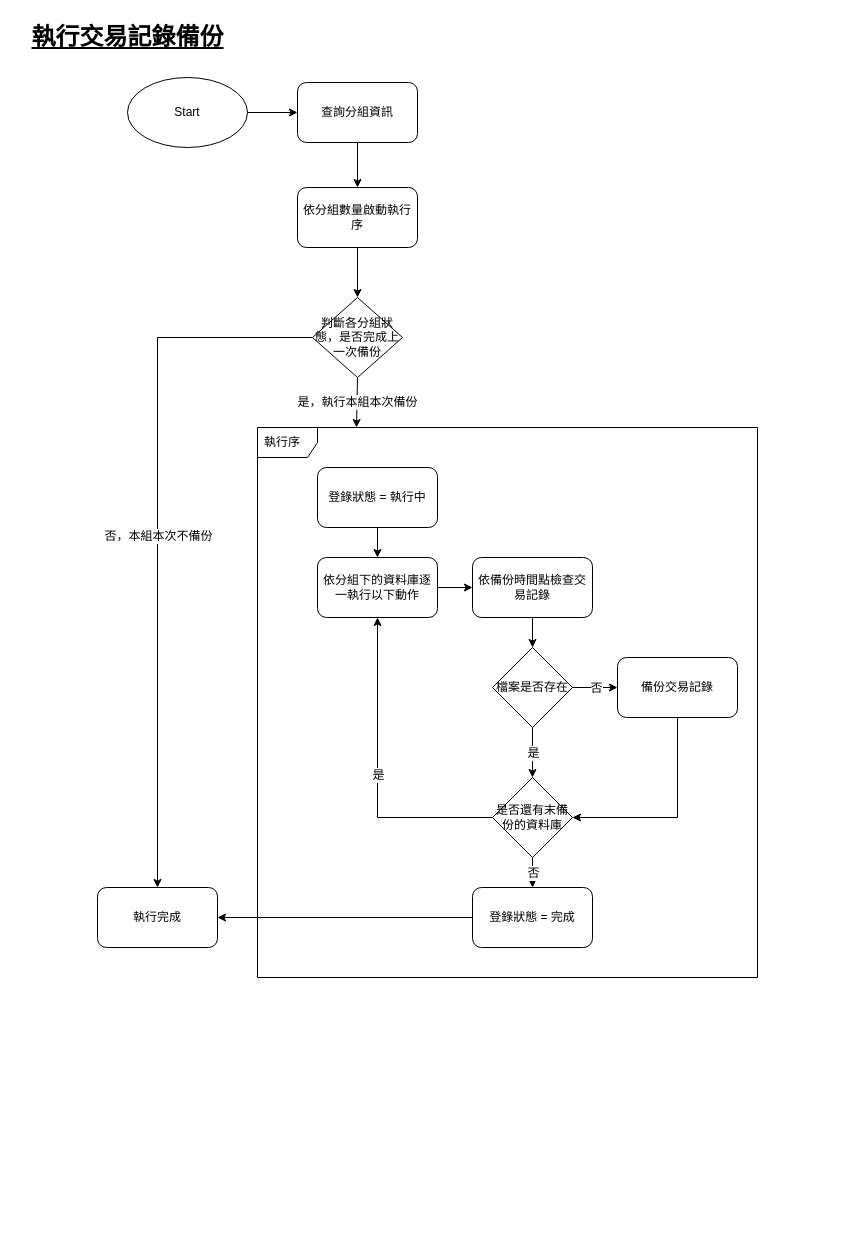
ArcareRD/sadocs keeps this draw.io diagram as page "交易記錄備份" (4 of 5) of asus/ASUSMaintainTool/DBBackup/SA/diagram/DB_backup.drawio. Above is the earlier version. Source tidied: cells renumbered, new cells numbered last; positions are measured from the earlier drawing's top-left corner, leaving out a move shared by most shapes. Both pictures are drawn from the tidied source at 100%, with x=0, y=0 at pixel (17, 17).
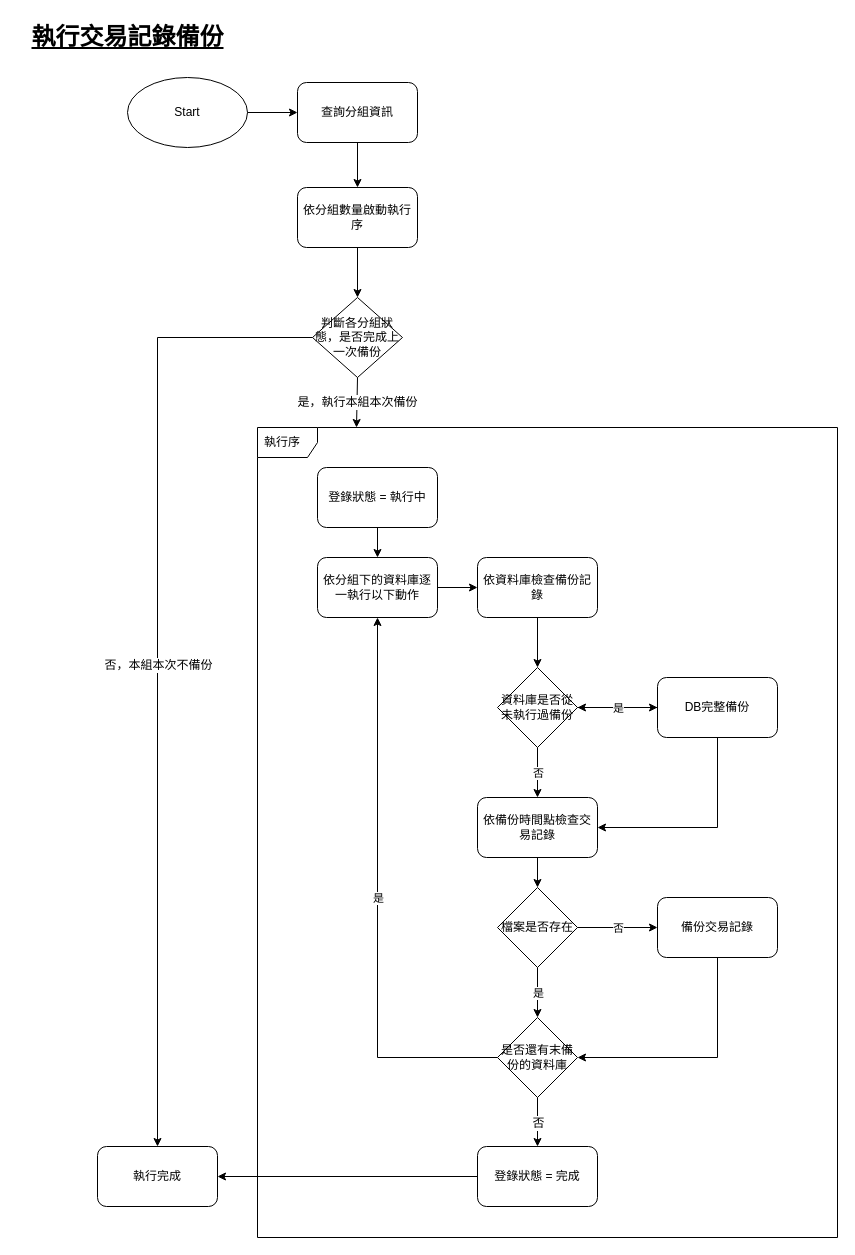
After the change.

Unchanged cells that the change refers to:
```xml
<mxCell id="8" value="依分組下的資料庫逐一執行以下動作" style="rounded=1;whiteSpace=wrap;html=1;strokeColor=#000000;strokeWidth=1;fontSize=12;" parent="1" vertex="1">
  <mxGeometry x="300" y="540" width="120" height="60" as="geometry" />
</mxCell>
```

The edit, as a diff of the source:
```diff
@@
     <mxCell id="9" value="執行序" style="shape=umlFrame;whiteSpace=wrap;html=1;width=60;height=30;boundedLbl=1;verticalAlign=middle;align=left;spacingLeft=5;strokeColor=#000000;strokeWidth=1;fontSize=12;" parent="1" vertex="1">
-      <mxGeometry x="240" y="410" width="500" height="550" as="geometry" />
+      <mxGeometry x="240" y="410" width="580" height="810" as="geometry" />
     </mxCell>
     <mxCell id="10" value="依備份時間點檢查交易記錄" style="rounded=1;whiteSpace=wrap;html=1;strokeColor=#000000;strokeWidth=1;fontSize=12;" parent="1" vertex="1">
-      <mxGeometry x="455" y="540" width="120" height="60" as="geometry" />
+      <mxGeometry x="460" y="780" width="120" height="60" as="geometry" />
     </mxCell>
     <mxCell id="11" value="檔案是否存在" style="rhombus;whiteSpace=wrap;html=1;strokeColor=#000000;strokeWidth=1;fontSize=12;" parent="1" vertex="1">
-      <mxGeometry x="475" y="630" width="80" height="80" as="geometry" />
+      <mxGeometry x="480" y="870" width="80" height="80" as="geometry" />
     </mxCell>
     <mxCell id="12" value="備份交易記錄" style="rounded=1;whiteSpace=wrap;html=1;strokeColor=#000000;strokeWidth=1;fontSize=12;" parent="1" vertex="1">
-      <mxGeometry x="600" y="640" width="120" height="60" as="geometry" />
+      <mxGeometry x="640" y="880" width="120" height="60" as="geometry" />
     </mxCell>
     <mxCell id="13" value="登錄狀態 = 完成" style="rounded=1;whiteSpace=wrap;html=1;strokeColor=#000000;strokeWidth=1;fontSize=12;" parent="1" vertex="1">
-      <mxGeometry x="455" y="870" width="120" height="60" as="geometry" />
+      <mxGeometry x="460" y="1129" width="120" height="60" as="geometry" />
     </mxCell>
     <mxCell id="14" value="是否還有末備份的資料庫" style="rhombus;whiteSpace=wrap;html=1;strokeColor=#000000;strokeWidth=1;fontSize=12;" parent="1" vertex="1">
-      <mxGeometry x="475" y="760" width="80" height="80" as="geometry" />
+      <mxGeometry x="480" y="1000" width="80" height="80" as="geometry" />
     </mxCell>
     <mxCell id="15" value="執行完成" style="rounded=1;whiteSpace=wrap;html=1;strokeColor=#000000;strokeWidth=1;fontSize=12;" parent="1" vertex="1">
-      <mxGeometry x="80" y="870" width="120" height="60" as="geometry" />
+      <mxGeometry x="80" y="1129" width="120" height="60" as="geometry" />
     </mxCell>
@@
-    <mxCell id="18" style="endArrow=classic;html=1;rounded=0;fontSize=12;exitX=0.5;exitY=1;exitDx=0;exitDy=0;" parent="1" edge="1" source="10" target="11">
-      <mxGeometry relative="1" as="geometry" />
-    </mxCell>
-    <mxCell id="19" style="endArrow=classic;html=1;rounded=0;fontSize=12;exitX=0;exitY=0.5;exitDx=0;exitDy=0;entryX=0.5;entryY=1;entryDx=0;entryDy=0;" parent="1" edge="1" source="14" target="8">
-      <mxGeometry relative="1" as="geometry">
-        <Array as="points">
-          <mxPoint x="360" y="800" />
-        </Array>
-      </mxGeometry>
-    </mxCell>
-    <mxCell id="20" value="是" style="edgeLabel;html=1;align=center;verticalAlign=middle;strokeColor=#000000;strokeWidth=1;fontSize=12;" parent="19" vertex="1">
-      <mxGeometry relative="1" as="geometry" />
-    </mxCell>
@@
-    <mxCell id="24" style="endArrow=classic;html=1;rounded=0;fontSize=12;exitX=1;exitY=0.5;exitDx=0;exitDy=0;entryX=0;entryY=0.5;entryDx=0;entryDy=0;" parent="1" edge="1" source="11" target="12">
-      <mxGeometry relative="1" as="geometry" />
-    </mxCell>
-    <mxCell id="25" value="否" style="edgeLabel;html=1;align=center;verticalAlign=middle;strokeColor=#000000;strokeWidth=1;fontSize=12;" parent="24" vertex="1">
-      <mxGeometry relative="1" as="geometry" />
-    </mxCell>
-    <mxCell id="26" style="endArrow=classic;html=1;rounded=0;fontSize=12;exitX=0.5;exitY=1;exitDx=0;exitDy=0;entryX=1;entryY=0.5;entryDx=0;entryDy=0;" parent="1" edge="1" source="12" target="14">
-      <mxGeometry relative="1" as="geometry">
-        <Array as="points">
-          <mxPoint x="660" y="800" />
-        </Array>
-      </mxGeometry>
-    </mxCell>
-    <mxCell id="27" style="endArrow=classic;html=1;rounded=0;fontSize=12;exitX=1;exitY=0.5;exitDx=0;exitDy=0;" parent="1" edge="1" source="8" target="10">
+    <mxCell id="27" style="endArrow=classic;html=1;rounded=0;fontSize=12;exitX=1;exitY=0.5;exitDx=0;exitDy=0;entryX=0;entryY=0.5;entryDx=0;entryDy=0;" parent="1" edge="1" source="8" target="36">
       <mxGeometry relative="1" as="geometry" />
     </mxCell>
-    <mxCell id="28" style="endArrow=classic;html=1;rounded=0;fontSize=12;exitX=0.5;exitY=1;exitDx=0;exitDy=0;entryX=0.5;entryY=0;entryDx=0;entryDy=0;" parent="1" edge="1" source="11" target="14">
-      <mxGeometry relative="1" as="geometry" />
-    </mxCell>
-    <mxCell id="29" value="是" style="edgeLabel;html=1;align=center;verticalAlign=middle;strokeColor=#000000;strokeWidth=1;fontSize=12;" parent="28" vertex="1">
-      <mxGeometry relative="1" as="geometry" />
-    </mxCell>
@@
-    <mxCell id="34" style="endArrow=classic;html=1;rounded=0;fontSize=12;exitX=0;exitY=0.5;exitDx=0;exitDy=0;entryX=0.5;entryY=0;entryDx=0;entryDy=0;" parent="1" edge="1">
+    <mxCell id="34" style="endArrow=classic;html=1;rounded=0;fontSize=12;exitX=0;exitY=0.5;exitDx=0;exitDy=0;entryX=0.5;entryY=0;entryDx=0;entryDy=0;" parent="1" edge="1" target="15">
       <mxGeometry relative="1" as="geometry">
         <mxPoint x="295" y="320" as="sourcePoint" />
-        <mxPoint x="140" y="870" as="targetPoint" />
         <Array as="points">
           <mxPoint x="140" y="320" />
         </Array>
       </mxGeometry>
     </mxCell>
@@
+    <mxCell id="36" value="依資料庫檢查備份記錄" style="rounded=1;whiteSpace=wrap;html=1;strokeColor=#000000;strokeWidth=1;fontSize=12;" parent="1" vertex="1">
+      <mxGeometry x="460" y="540" width="120" height="60" as="geometry" />
+    </mxCell>
+    <mxCell id="37" value="資料庫是否從未執行過備份" style="rhombus;whiteSpace=wrap;html=1;strokeColor=#000000;strokeWidth=1;fontSize=12;" parent="1" vertex="1">
+      <mxGeometry x="480" y="650" width="80" height="80" as="geometry" />
+    </mxCell>
+    <mxCell id="38" style="edgeStyle=orthogonalEdgeStyle;rounded=0;jettySize=auto;html=1;" parent="1" edge="1" source="39" target="37">
+      <mxGeometry relative="1" as="geometry" />
+    </mxCell>
+    <mxCell id="39" value="DB完整備份" style="rounded=1;whiteSpace=wrap;html=1;strokeColor=#000000;strokeWidth=1;fontSize=12;" parent="1" vertex="1">
+      <mxGeometry x="640" y="660" width="120" height="60" as="geometry" />
+    </mxCell>
+    <mxCell id="40" style="endArrow=classic;html=1;rounded=0;exitX=0.5;exitY=1;exitDx=0;exitDy=0;" parent="1" edge="1" source="36" target="37">
+      <mxGeometry relative="1" as="geometry" />
+    </mxCell>
+    <mxCell id="41" style="endArrow=classic;html=1;rounded=0;exitX=1;exitY=0.5;exitDx=0;exitDy=0;entryX=0;entryY=0.5;entryDx=0;entryDy=0;" parent="1" edge="1" source="37" target="39">
+      <mxGeometry relative="1" as="geometry" />
+    </mxCell>
+    <mxCell id="42" value="是" style="edgeLabel;html=1;align=center;verticalAlign=middle;" parent="41" vertex="1">
+      <mxGeometry relative="1" as="geometry" />
+    </mxCell>
+    <mxCell id="43" style="endArrow=classic;html=1;rounded=0;exitX=0.5;exitY=1;exitDx=0;exitDy=0;entryX=0.5;entryY=0;entryDx=0;entryDy=0;" parent="1" edge="1" source="37" target="10">
+      <mxGeometry relative="1" as="geometry" />
+    </mxCell>
+    <mxCell id="44" value="否" style="edgeLabel;html=1;align=center;verticalAlign=middle;" parent="43" vertex="1">
+      <mxGeometry relative="1" as="geometry" />
+    </mxCell>
+    <mxCell id="45" style="endArrow=classic;html=1;rounded=0;exitX=0.5;exitY=1;exitDx=0;exitDy=0;entryX=1;entryY=0.5;entryDx=0;entryDy=0;" parent="1" edge="1" source="39" target="10">
+      <mxGeometry relative="1" as="geometry">
+        <Array as="points">
+          <mxPoint x="700" y="810" />
+        </Array>
+      </mxGeometry>
+    </mxCell>
+    <mxCell id="18" style="endArrow=classic;html=1;rounded=0;exitX=0.5;exitY=1;exitDx=0;exitDy=0;" parent="1" edge="1" source="10" target="11">
+      <mxGeometry relative="1" as="geometry" />
+    </mxCell>
+    <mxCell id="24" style="endArrow=classic;html=1;rounded=0;exitX=1;exitY=0.5;exitDx=0;exitDy=0;entryX=0;entryY=0.5;entryDx=0;entryDy=0;" parent="1" edge="1" source="11" target="12">
+      <mxGeometry relative="1" as="geometry" />
+    </mxCell>
+    <mxCell id="46" value="否" style="edgeLabel;html=1;align=center;verticalAlign=middle;" parent="24" vertex="1">
+      <mxGeometry relative="1" as="geometry" />
+    </mxCell>
+    <mxCell id="28" style="endArrow=classic;html=1;rounded=0;exitX=0.5;exitY=1;exitDx=0;exitDy=0;entryX=0.5;entryY=0;entryDx=0;entryDy=0;" parent="1" edge="1" source="11" target="14">
+      <mxGeometry relative="1" as="geometry" />
+    </mxCell>
+    <mxCell id="47" value="是" style="edgeLabel;html=1;align=center;verticalAlign=middle;" parent="28" vertex="1">
+      <mxGeometry relative="1" as="geometry" />
+    </mxCell>
+    <mxCell id="19" style="endArrow=classic;html=1;rounded=0;exitX=0;exitY=0.5;exitDx=0;exitDy=0;entryX=0.5;entryY=1;entryDx=0;entryDy=0;" parent="1" edge="1" source="14" target="8">
+      <mxGeometry relative="1" as="geometry">
+        <Array as="points">
+          <mxPoint x="360" y="1040" />
+        </Array>
+      </mxGeometry>
+    </mxCell>
+    <mxCell id="48" value="是" style="edgeLabel;html=1;align=center;verticalAlign=middle;" parent="19" vertex="1">
+      <mxGeometry relative="1" as="geometry" />
+    </mxCell>
+    <mxCell id="26" style="endArrow=classic;html=1;rounded=0;exitX=0.5;exitY=1;exitDx=0;exitDy=0;entryX=1;entryY=0.5;entryDx=0;entryDy=0;" parent="1" edge="1" source="12" target="14">
+      <mxGeometry relative="1" as="geometry">
+        <Array as="points">
+          <mxPoint x="700" y="1040" />
+        </Array>
+      </mxGeometry>
+    </mxCell>
```
